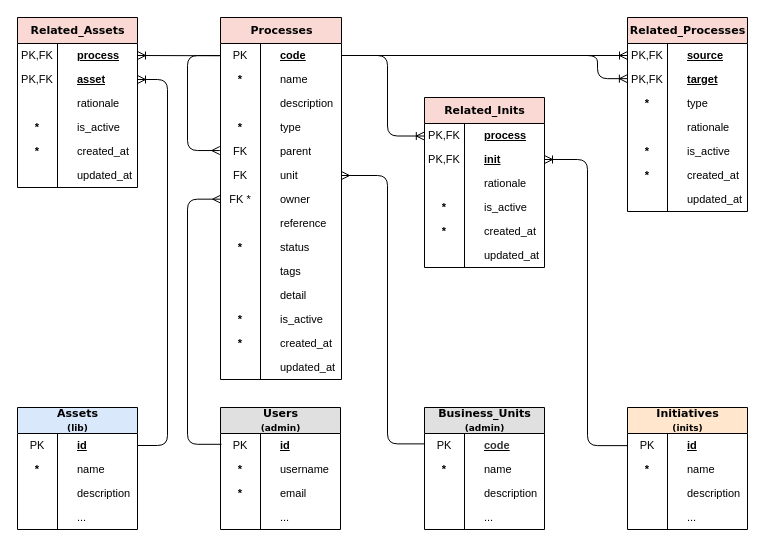
Before: page "proc" (8 of 8) of docs/models.drawio in abc-flex/synapxia, a draw.io diagram. Source tidied: cells renumbered, new cells numbered last; positions are measured from the earlier drawing's top-left corner, leaving out a move shared by most shapes. Both pictures are drawn from the tidied source at 100%, with x=0, y=0 at pixel (17, 17).
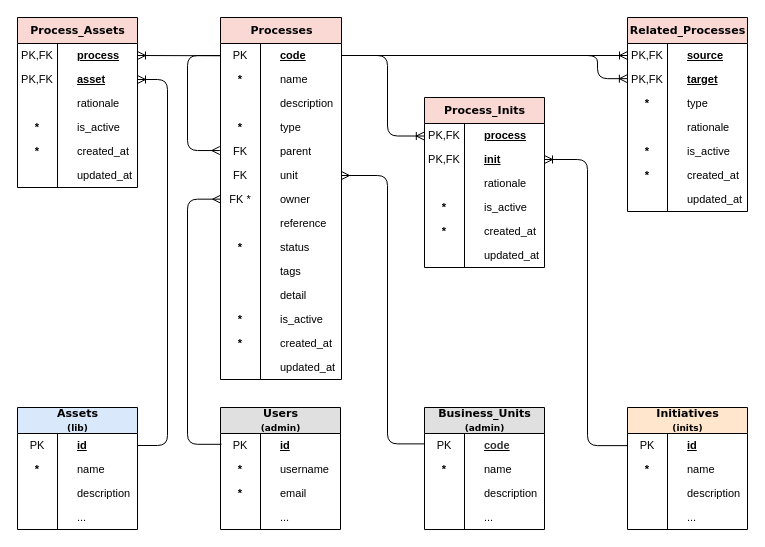
Above is the later version.

The edit, as a diff of the source:
```diff
@@
-    <mxCell id="91" value="Related_Inits" style="swimlane;html=1;fontStyle=1;horizontal=1;startSize=26;fillColor=#FAD9D5;swimlaneFillColor=#ffffff;align=center;rounded=0;shadow=0;comic=0;labelBackgroundColor=none;strokeWidth=1;fontFamily=Verdana;fontSize=11;spacing=0;" parent="1" vertex="1">
+    <mxCell id="91" value="Process_Inits" style="swimlane;html=1;fontStyle=1;horizontal=1;startSize=26;fillColor=#FAD9D5;swimlaneFillColor=#ffffff;align=center;rounded=0;shadow=0;comic=0;labelBackgroundColor=none;strokeWidth=1;fontFamily=Verdana;fontSize=11;spacing=0;" parent="1" vertex="1">
       <mxGeometry x="407" y="80" width="120" height="170" as="geometry" />
     </mxCell>
@@
-    <mxCell id="104" value="Related_Assets" style="swimlane;html=1;fontStyle=1;horizontal=1;startSize=26;fillColor=#FAD9D5;swimlaneFillColor=#ffffff;align=center;rounded=0;shadow=0;comic=0;labelBackgroundColor=none;strokeWidth=1;fontFamily=Verdana;fontSize=11;spacing=0;" parent="1" vertex="1">
+    <mxCell id="104" value="Process_Assets" style="swimlane;html=1;fontStyle=1;horizontal=1;startSize=26;fillColor=#FAD9D5;swimlaneFillColor=#ffffff;align=center;rounded=0;shadow=0;comic=0;labelBackgroundColor=none;strokeWidth=1;fontFamily=Verdana;fontSize=11;spacing=0;" parent="1" vertex="1">
       <mxGeometry width="120" height="170" as="geometry" />
     </mxCell>
```
